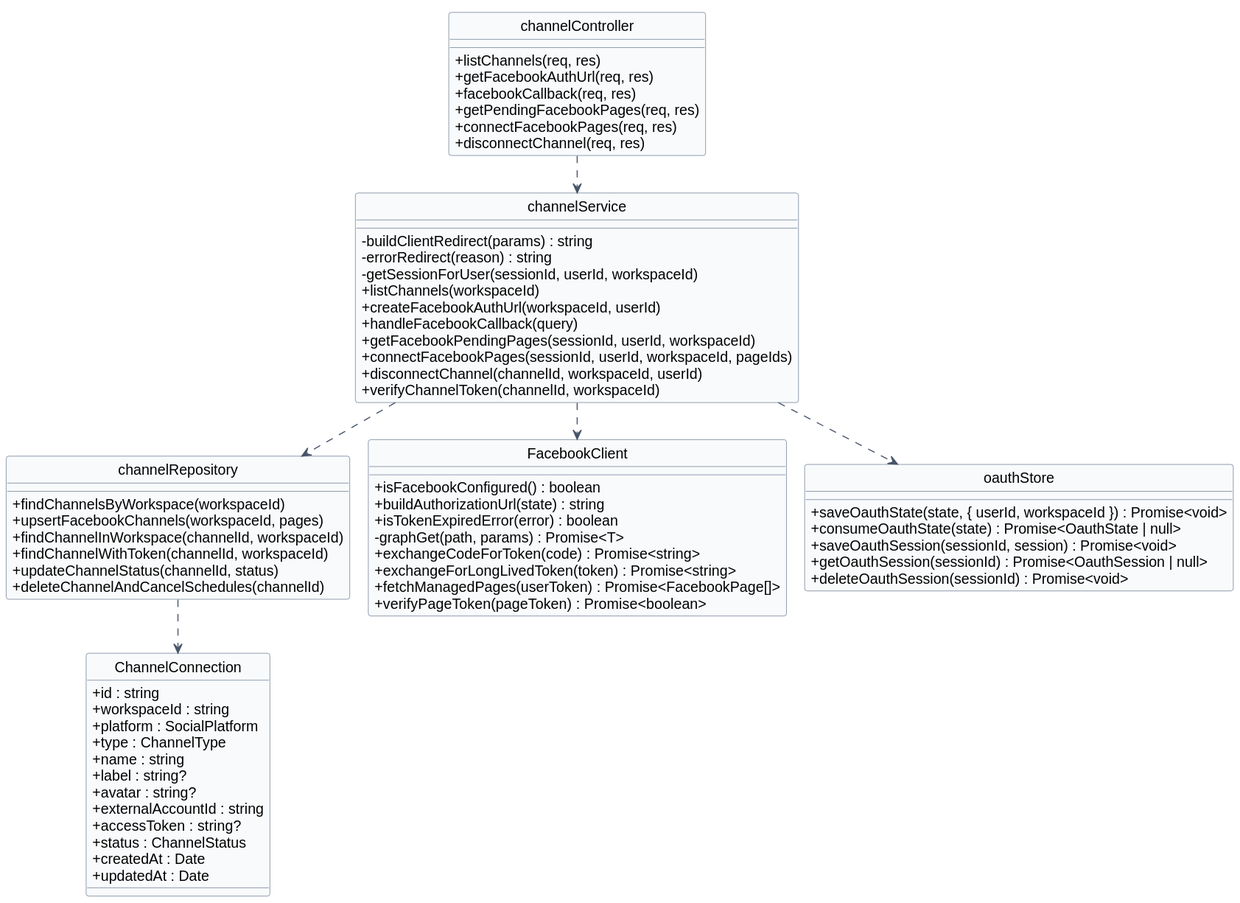
Pham-Hong-Ky/marka-capstone keeps this PlantUML diagram as docs/diagrams/04-channel.svg. Above is the earlier version.
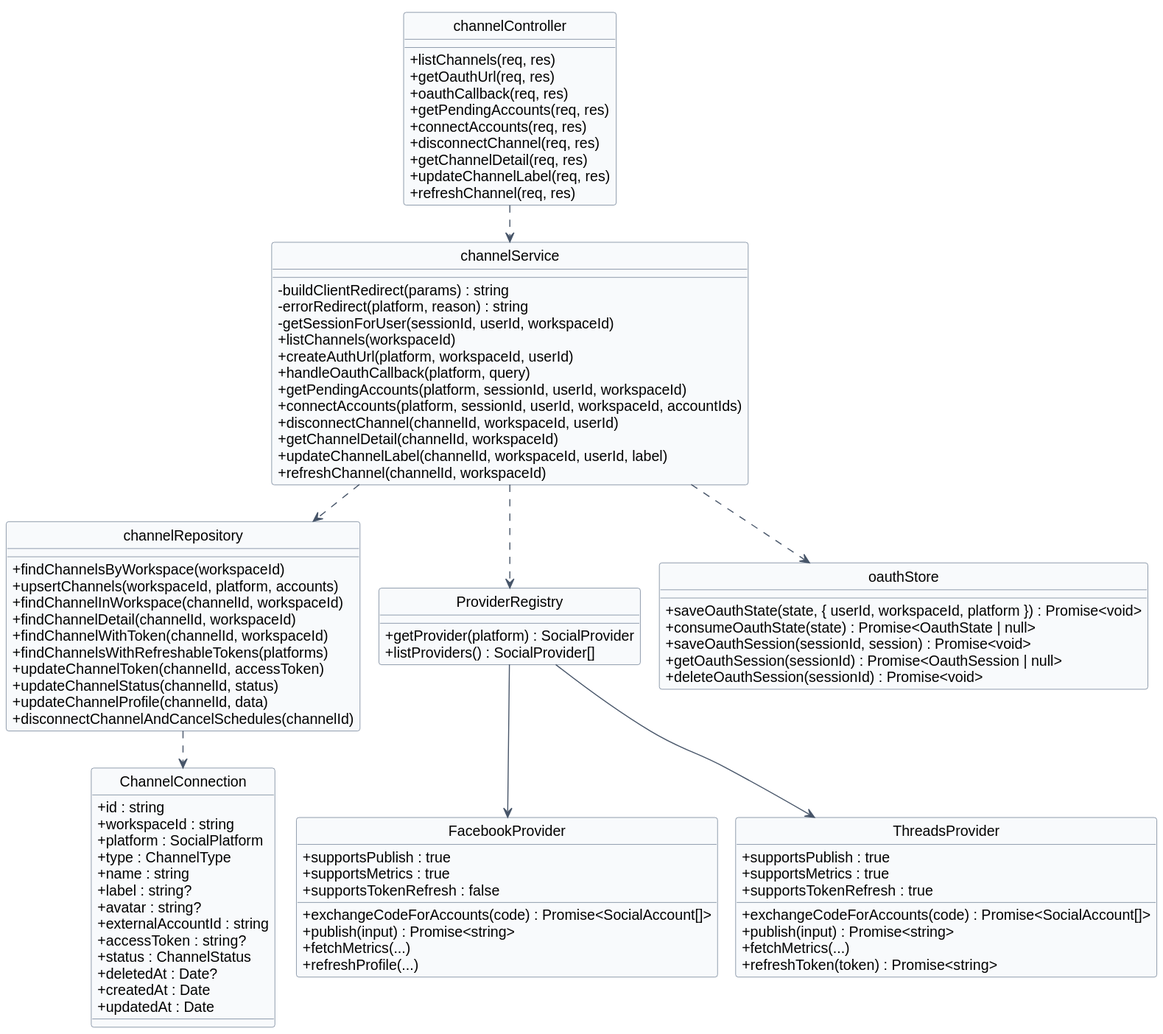
The same file after the commit.

Change to the diagram source:
```diff
@@ -26,54 +26,78 @@
   + externalAccountId : string
   + accessToken : string?
   + status : ChannelStatus
+  + deletedAt : Date?
   + createdAt : Date
   + updatedAt : Date
 }
 
 class "channelController" as channelController {
   + listChannels(req, res)
-  + getFacebookAuthUrl(req, res)
-  + facebookCallback(req, res)
-  + getPendingFacebookPages(req, res)
-  + connectFacebookPages(req, res)
+  + getOauthUrl(req, res)
+  + oauthCallback(req, res)
+  + getPendingAccounts(req, res)
+  + connectAccounts(req, res)
   + disconnectChannel(req, res)
+  + getChannelDetail(req, res)
+  + updateChannelLabel(req, res)
+  + refreshChannel(req, res)
 }
 
 class "channelService" as channelService {
   - buildClientRedirect(params) : string
-  - errorRedirect(reason) : string
+  - errorRedirect(platform, reason) : string
   - getSessionForUser(sessionId, userId, workspaceId)
   + listChannels(workspaceId)
-  + createFacebookAuthUrl(workspaceId, userId)
-  + handleFacebookCallback(query)
-  + getFacebookPendingPages(sessionId, userId, workspaceId)
-  + connectFacebookPages(sessionId, userId, workspaceId, pageIds)
+  + createAuthUrl(platform, workspaceId, userId)
+  + handleOauthCallback(platform, query)
+  + getPendingAccounts(platform, sessionId, userId, workspaceId)
+  + connectAccounts(platform, sessionId, userId, workspaceId, accountIds)
   + disconnectChannel(channelId, workspaceId, userId)
-  + verifyChannelToken(channelId, workspaceId)
+  + getChannelDetail(channelId, workspaceId)
+  + updateChannelLabel(channelId, workspaceId, userId, label)
+  + refreshChannel(channelId, workspaceId)
 }
 
 class "channelRepository" as channelRepository {
   + findChannelsByWorkspace(workspaceId)
-  + upsertFacebookChannels(workspaceId, pages)
+  + upsertChannels(workspaceId, platform, accounts)
   + findChannelInWorkspace(channelId, workspaceId)
+  + findChannelDetail(channelId, workspaceId)
   + findChannelWithToken(channelId, workspaceId)
+  + findChannelsWithRefreshableTokens(platforms)
+  + updateChannelToken(channelId, accessToken)
   + updateChannelStatus(channelId, status)
-  + deleteChannelAndCancelSchedules(channelId)
+  + updateChannelProfile(channelId, data)
+  + disconnectChannelAndCancelSchedules(channelId)
 }
 
-class "FacebookClient" as facebookClient {
-  + isFacebookConfigured() : boolean
-  + buildAuthorizationUrl(state) : string
-  + isTokenExpiredError(error) : boolean
-  - graphGet(path, params) : Promise<T>
-  + exchangeCodeForToken(code) : Promise<string>
-  + exchangeForLongLivedToken(token) : Promise<string>
-  + fetchManagedPages(userToken) : Promise<FacebookPage[]>
-  + verifyPageToken(pageToken) : Promise<boolean>
+class "ProviderRegistry" as providerRegistry {
+  + getProvider(platform) : SocialProvider
+  + listProviders() : SocialProvider[]
+}
+
+class "FacebookProvider" as facebookProvider {
+  + exchangeCodeForAccounts(code) : Promise<SocialAccount[]>
+  + publish(input) : Promise<string>
+  + fetchMetrics(...)
+  + refreshProfile(...)
+  + supportsPublish : true
+  + supportsMetrics : true
+  + supportsTokenRefresh : false
+}
+
+class "ThreadsProvider" as threadsProvider {
+  + exchangeCodeForAccounts(code) : Promise<SocialAccount[]>
+  + publish(input) : Promise<string>
+  + fetchMetrics(...)
+  + refreshToken(token) : Promise<string>
+  + supportsPublish : true
+  + supportsMetrics : true
+  + supportsTokenRefresh : true
 }
 
 class "oauthStore" as oauthStore {
-  + saveOauthState(state, { userId, workspaceId }) : Promise<void>
+  + saveOauthState(state, { userId, workspaceId, platform }) : Promise<void>
   + consumeOauthState(state) : Promise<OauthState | null>
   + saveOauthSession(sessionId, session) : Promise<void>
   + getOauthSession(sessionId) : Promise<OauthSession | null>
@@ -82,7 +106,9 @@
 
 channelController ..> channelService
 channelService ..> channelRepository
-channelService ..> facebookClient
+channelService ..> providerRegistry
 channelService ..> oauthStore
 channelRepository ..> ChannelConnection
+providerRegistry --> facebookProvider
+providerRegistry --> threadsProvider
 @enduml
```
